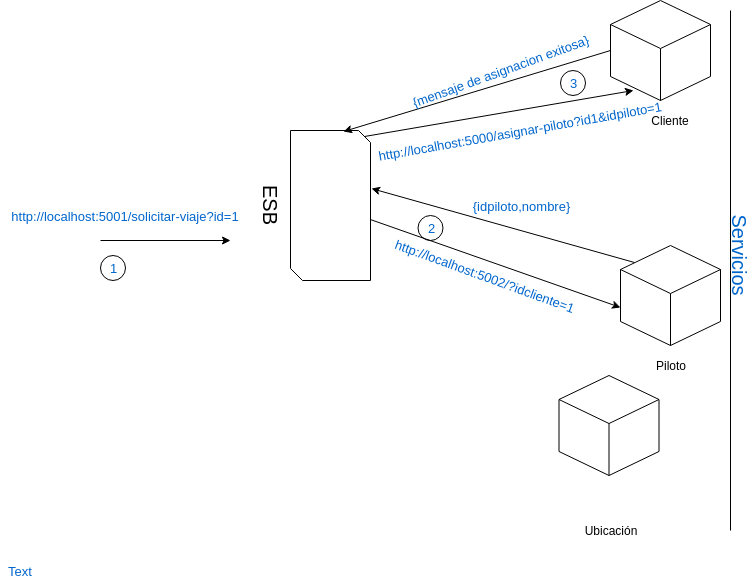
The draw.io diagram diagramas/solicitud-servicio.png in byronjl2003/SA_Tarea2, before a commit. Source tidied: cells renumbered, new cells last; positions are measured from the earlier drawing's top-left corner, leaving out a move shared by most shapes. The source it was exported from:
```xml
<mxGraphModel>
  <root>
    <mxCell id="0" />
    <mxCell id="1" parent="0" />
    <mxCell id="2" value="&lt;font style=&quot;font-size: 20px&quot;&gt;ESB&lt;/font&gt;" style="verticalLabelPosition=bottom;verticalAlign=top;html=1;shape=mxgraph.basic.diag_snip_rect;dx=6;rotation=90;" parent="1" vertex="1">
      <mxGeometry x="255" y="165" width="150" height="80" as="geometry" />
    </mxCell>
    <mxCell id="3" style="whiteSpace=wrap;html=1;shape=mxgraph.basic.isocube;isoAngle=15;" parent="1" vertex="1">
      <mxGeometry x="610" width="100" height="100" as="geometry" />
    </mxCell>
    <mxCell id="4" value="Cliente" style="text;html=1;strokeColor=none;fillColor=none;align=center;verticalAlign=middle;whiteSpace=wrap;rounded=0;" parent="1" vertex="1">
      <mxGeometry x="650" y="110" width="40" height="20" as="geometry" />
    </mxCell>
    <mxCell id="5" style="endArrow=none;html=1;" parent="1" edge="1">
      <mxGeometry relative="1" as="geometry">
        <mxPoint x="730" y="530" as="sourcePoint" />
        <mxPoint x="730" y="10" as="targetPoint" />
      </mxGeometry>
    </mxCell>
    <mxCell id="6" value="Servicios" style="text;html=1;align=center;verticalAlign=middle;whiteSpace=wrap;rounded=0;rotation=90;fontSize=20;fillColor=none;gradientColor=#ffffff;fontColor=#0066CC;" parent="1" vertex="1">
      <mxGeometry x="720" y="245" width="40" height="20" as="geometry" />
    </mxCell>
    <mxCell id="7" style="whiteSpace=wrap;html=1;shape=mxgraph.basic.isocube;isoAngle=15;" parent="1" vertex="1">
      <mxGeometry x="620" y="245" width="100" height="100" as="geometry" />
    </mxCell>
    <mxCell id="8" value="Piloto" style="text;html=1;strokeColor=none;fillColor=none;align=center;verticalAlign=middle;whiteSpace=wrap;rounded=0;" parent="1" vertex="1">
      <mxGeometry x="650" y="355" width="40" height="20" as="geometry" />
    </mxCell>
    <mxCell id="9" style="whiteSpace=wrap;html=1;shape=mxgraph.basic.isocube;isoAngle=15;" parent="1" vertex="1">
      <mxGeometry x="558.5" y="375" width="100" height="100" as="geometry" />
    </mxCell>
    <mxCell id="10" value="Ubicación" style="text;html=1;strokeColor=none;fillColor=none;align=center;verticalAlign=middle;whiteSpace=wrap;rounded=0;" parent="1" vertex="1">
      <mxGeometry x="590" y="520" width="40" height="20" as="geometry" />
    </mxCell>
    <mxCell id="11" style="endArrow=classic;html=1;fontSize=20;fontColor=#0066CC;" parent="1" edge="1">
      <mxGeometry relative="1" as="geometry">
        <mxPoint x="100" y="240" as="sourcePoint" />
        <mxPoint x="230" y="240" as="targetPoint" />
      </mxGeometry>
    </mxCell>
    <mxCell id="12" value="http://localhost:5001/solicitar-viaje?id=1" style="text;html=1;strokeColor=none;fillColor=none;align=center;verticalAlign=middle;whiteSpace=wrap;rounded=0;fontSize=13;fontColor=#0066CC;" parent="1" vertex="1">
      <mxGeometry y="205" width="250" height="20" as="geometry" />
    </mxCell>
    <mxCell id="13" style="endArrow=classic;html=1;fontSize=13;fontColor=#0066CC;entryX=0;entryY=0.62;entryDx=0;entryDy=0;entryPerimeter=0;" parent="1" edge="1" source="2" target="7">
      <mxGeometry relative="1" as="geometry" />
    </mxCell>
    <mxCell id="14" value="1" style="ellipse;whiteSpace=wrap;html=1;fillColor=none;gradientColor=#ffffff;fontSize=13;fontColor=#0066CC;" parent="1" vertex="1">
      <mxGeometry x="100" y="255" width="25" height="25" as="geometry" />
    </mxCell>
    <mxCell id="15" value="http://localhost:5002/?idcliente=1" style="text;html=1;strokeColor=none;fillColor=none;align=center;verticalAlign=middle;whiteSpace=wrap;rounded=0;fontSize=13;fontColor=#0066CC;rotation=20;" parent="1" vertex="1">
      <mxGeometry x="380" y="265" width="210" height="20" as="geometry" />
    </mxCell>
    <mxCell id="16" value="2" style="ellipse;whiteSpace=wrap;html=1;fillColor=none;gradientColor=#ffffff;fontSize=13;fontColor=#0066CC;" parent="1" vertex="1">
      <mxGeometry x="417.5" y="215" width="25" height="25" as="geometry" />
    </mxCell>
    <mxCell id="17" style="endArrow=classic;html=1;fontSize=13;fontColor=#0066CC;entryX=0.387;entryY=-0.012;entryDx=0;entryDy=0;entryPerimeter=0;exitX=0.14;exitY=0.17;exitDx=0;exitDy=0;exitPerimeter=0;" parent="1" edge="1" source="7" target="2">
      <mxGeometry relative="1" as="geometry" />
    </mxCell>
    <mxCell id="18" value="{idpiloto,nombre}" style="text;html=1;strokeColor=none;fillColor=none;align=center;verticalAlign=middle;whiteSpace=wrap;rounded=0;fontSize=13;fontColor=#0066CC;" parent="1" vertex="1">
      <mxGeometry x="500" y="195" width="40" height="20" as="geometry" />
    </mxCell>
    <mxCell id="19" style="endArrow=classic;html=1;fontSize=13;fontColor=#0066CC;entryX=0.23;entryY=0.9;entryDx=0;entryDy=0;entryPerimeter=0;exitX=0;exitY=0;exitDx=6;exitDy=6;exitPerimeter=0;" parent="1" edge="1" source="2" target="3">
      <mxGeometry relative="1" as="geometry" />
    </mxCell>
    <mxCell id="20" value="http://localhost:5000/asignar-piloto?id1&amp;amp;idpiloto=1" style="text;html=1;strokeColor=none;fillColor=none;align=center;verticalAlign=middle;whiteSpace=wrap;rounded=0;fontSize=13;fontColor=#0066CC;rotation=-10;" parent="1" vertex="1">
      <mxGeometry x="360" y="120" width="320" height="20" as="geometry" />
    </mxCell>
    <mxCell id="21" style="endArrow=classic;html=1;fontSize=13;fontColor=#0066CC;entryX=0.007;entryY=0.338;entryDx=0;entryDy=0;entryPerimeter=0;exitX=0;exitY=0.5;exitDx=0;exitDy=0;exitPerimeter=0;" parent="1" edge="1" source="3" target="2">
      <mxGeometry relative="1" as="geometry" />
    </mxCell>
    <mxCell id="22" value="3" style="ellipse;whiteSpace=wrap;html=1;fillColor=none;gradientColor=#ffffff;fontSize=13;fontColor=#0066CC;" parent="1" vertex="1">
      <mxGeometry x="560" y="70" width="25" height="25" as="geometry" />
    </mxCell>
    <mxCell id="23" value="Text" style="text;html=1;strokeColor=none;fillColor=none;align=center;verticalAlign=middle;whiteSpace=wrap;rounded=0;fontSize=13;fontColor=#0066CC;" parent="1" vertex="1">
      <mxGeometry y="560" width="40" height="20" as="geometry" />
    </mxCell>
    <mxCell id="24" value="{mensaje de asignacion exitosa}" style="text;html=1;strokeColor=none;fillColor=none;align=center;verticalAlign=middle;whiteSpace=wrap;rounded=0;fontSize=13;fontColor=#0066CC;rotation=-20;" parent="1" vertex="1">
      <mxGeometry x="391.5" y="60" width="217" height="20" as="geometry" />
    </mxCell>
  </root>
</mxGraphModel>
```
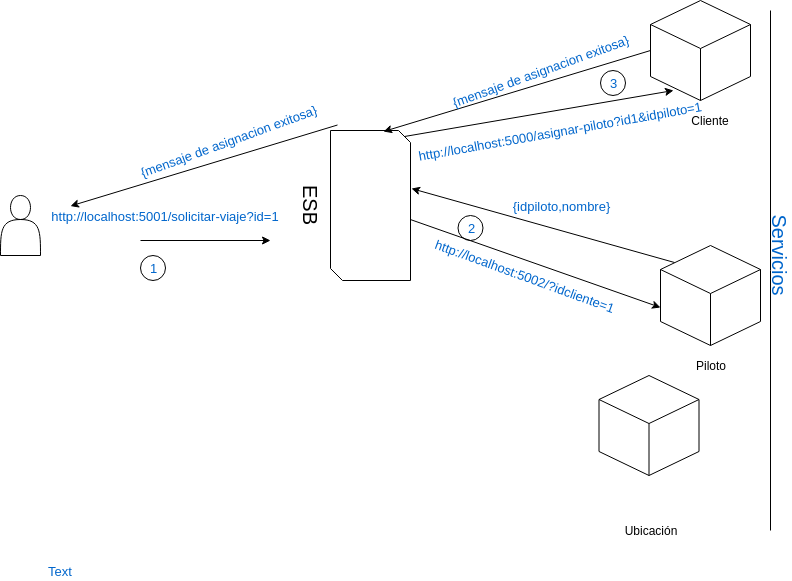
Above is the later version.

Commit message:
readme y modificacion del primer diagrama

Change to the diagram source:
```diff
@@ -77,5 +77,17 @@
     <mxCell id="24" value="{mensaje de asignacion exitosa}" style="text;html=1;strokeColor=none;fillColor=none;align=center;verticalAlign=middle;whiteSpace=wrap;rounded=0;fontSize=13;fontColor=#0066CC;rotation=-20;" parent="1" vertex="1">
       <mxGeometry x="391.5" y="60" width="217" height="20" as="geometry" />
     </mxCell>
+    <mxCell id="25" style="endArrow=classic;html=1;fontSize=13;fontColor=#0066CC;entryX=0.007;entryY=0.338;entryDx=0;entryDy=0;entryPerimeter=0;exitX=0;exitY=0.5;exitDx=0;exitDy=0;exitPerimeter=0;" parent="1" edge="1">
+      <mxGeometry relative="1" as="geometry">
+        <mxPoint x="297" y="124.5" as="sourcePoint" />
+        <mxPoint x="30" y="205.5" as="targetPoint" />
+      </mxGeometry>
+    </mxCell>
+    <mxCell id="26" value="{mensaje de asignacion exitosa}" style="text;html=1;strokeColor=none;fillColor=none;align=center;verticalAlign=middle;whiteSpace=wrap;rounded=0;fontSize=13;fontColor=#0066CC;rotation=-20;" parent="1" vertex="1">
+      <mxGeometry x="80" y="130" width="217" height="20" as="geometry" />
+    </mxCell>
+    <mxCell id="27" style="shape=actor;whiteSpace=wrap;html=1;fillColor=none;gradientColor=#ffffff;fontSize=13;fontColor=#0066CC;" parent="1" vertex="1">
+      <mxGeometry x="-40" y="195" width="40" height="60" as="geometry" />
+    </mxCell>
   </root>
 </mxGraphModel>
```
